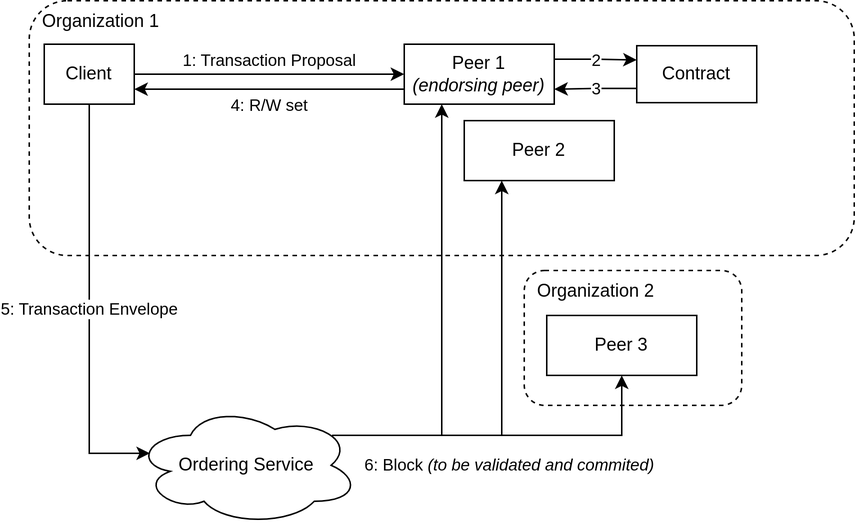
AdamZsofi/hyperledger-java-model keeps this draw.io diagram as doc/img/fabric-arch.png. Above is the earlier version. Source tidied: cells renumbered, new cells last; positions are measured from the earlier drawing's top-left corner, leaving out a move shared by most shapes. Source of this version:
```xml
<mxGraphModel>
  <root>
    <mxCell id="0" />
    <mxCell id="1" parent="0" />
    <mxCell id="2" value="Organization 2" style="rounded=1;whiteSpace=wrap;html=1;fillColor=none;dashed=1;align=left;verticalAlign=top;spacing=2;spacingLeft=7;" parent="1" vertex="1">
      <mxGeometry x="330" y="180" width="145" height="90" as="geometry" />
    </mxCell>
    <mxCell id="3" value="Organization 1" style="rounded=1;whiteSpace=wrap;html=1;fillColor=none;dashed=1;align=left;verticalAlign=top;spacing=2;spacingLeft=7;" parent="1" vertex="1">
      <mxGeometry width="550" height="170" as="geometry" />
    </mxCell>
    <mxCell id="4" style="edgeStyle=orthogonalEdgeStyle;rounded=0;jettySize=auto;html=1;exitX=0.88;exitY=0.25;exitDx=0;exitDy=0;exitPerimeter=0;entryX=0.5;entryY=1;entryDx=0;entryDy=0;" parent="1" edge="1" source="7" target="14">
      <mxGeometry relative="1" as="geometry">
        <Array as="points">
          <mxPoint x="395" y="290" />
        </Array>
      </mxGeometry>
    </mxCell>
    <mxCell id="5" value="6: Block &lt;i&gt;(to be validated and commited)&lt;/i&gt;" style="edgeStyle=orthogonalEdgeStyle;rounded=0;jettySize=auto;html=1;exitX=0.88;exitY=0.25;exitDx=0;exitDy=0;exitPerimeter=0;entryX=0.25;entryY=1;entryDx=0;entryDy=0;" parent="1" edge="1" source="7" target="13">
      <mxGeometry x="-0.2" y="-21" relative="1" as="geometry">
        <mxPoint x="-16" y="20" as="offset" />
      </mxGeometry>
    </mxCell>
    <mxCell id="6" style="edgeStyle=orthogonalEdgeStyle;rounded=0;jettySize=auto;html=1;exitX=0.88;exitY=0.25;exitDx=0;exitDy=0;exitPerimeter=0;entryX=0.25;entryY=1;entryDx=0;entryDy=0;" parent="1" edge="1" source="7" target="12">
      <mxGeometry relative="1" as="geometry" />
    </mxCell>
    <mxCell id="7" value="Ordering Service" style="ellipse;shape=cloud;whiteSpace=wrap;html=1;" parent="1" vertex="1">
      <mxGeometry x="70" y="270" width="150" height="80" as="geometry" />
    </mxCell>
    <mxCell id="8" value="1: Transaction Proposal" style="edgeStyle=orthogonalEdgeStyle;rounded=0;jettySize=auto;html=1;exitX=1;exitY=0.5;exitDx=0;exitDy=0;entryX=0;entryY=0.5;entryDx=0;entryDy=0;" parent="1" edge="1" source="9" target="12">
      <mxGeometry y="9" relative="1" as="geometry" />
    </mxCell>
    <mxCell id="9" value="Client" style="rounded=0;whiteSpace=wrap;html=1;" parent="1" vertex="1">
      <mxGeometry x="10" y="29" width="60" height="40" as="geometry" />
    </mxCell>
    <mxCell id="10" value="2" style="edgeStyle=orthogonalEdgeStyle;rounded=0;jettySize=auto;html=1;exitX=1;exitY=0.25;exitDx=0;exitDy=0;entryX=0;entryY=0.25;entryDx=0;entryDy=0;" parent="1" edge="1" source="12" target="17">
      <mxGeometry relative="1" as="geometry" />
    </mxCell>
    <mxCell id="11" value="4: R/W set" style="edgeStyle=orthogonalEdgeStyle;rounded=0;jettySize=auto;html=1;exitX=0;exitY=0.75;exitDx=0;exitDy=0;entryX=1;entryY=0.75;entryDx=0;entryDy=0;" parent="1" edge="1" source="12" target="9">
      <mxGeometry y="11" relative="1" as="geometry" />
    </mxCell>
    <mxCell id="12" value="Peer 1&lt;br&gt;&lt;i&gt;(endorsing peer)&lt;/i&gt;" style="rounded=0;whiteSpace=wrap;html=1;" parent="1" vertex="1">
      <mxGeometry x="250" y="29" width="100" height="40" as="geometry" />
    </mxCell>
    <mxCell id="13" value="Peer 2" style="rounded=0;whiteSpace=wrap;html=1;" parent="1" vertex="1">
      <mxGeometry x="290" y="80" width="100" height="40" as="geometry" />
    </mxCell>
    <mxCell id="14" value="Peer 3" style="rounded=0;whiteSpace=wrap;html=1;" parent="1" vertex="1">
      <mxGeometry x="345" y="210" width="100" height="40" as="geometry" />
    </mxCell>
    <mxCell id="15" value="5: Transaction Envelope" style="rounded=0;jettySize=auto;html=1;exitX=0.5;exitY=1;exitDx=0;exitDy=0;entryX=0.07;entryY=0.4;entryDx=0;entryDy=0;entryPerimeter=0;edgeStyle=orthogonalEdgeStyle;" parent="1" edge="1" source="9" target="7">
      <mxGeometry relative="1" as="geometry">
        <Array as="points">
          <mxPoint x="40" y="302" />
        </Array>
      </mxGeometry>
    </mxCell>
    <mxCell id="16" value="3" style="edgeStyle=orthogonalEdgeStyle;rounded=0;jettySize=auto;html=1;exitX=0;exitY=0.75;exitDx=0;exitDy=0;entryX=1;entryY=0.75;entryDx=0;entryDy=0;" parent="1" edge="1" source="17" target="12">
      <mxGeometry relative="1" as="geometry" />
    </mxCell>
    <mxCell id="17" value="Contract" style="rounded=0;whiteSpace=wrap;html=1;" parent="1" vertex="1">
      <mxGeometry x="405" y="30" width="80" height="38" as="geometry" />
    </mxCell>
  </root>
</mxGraphModel>
```
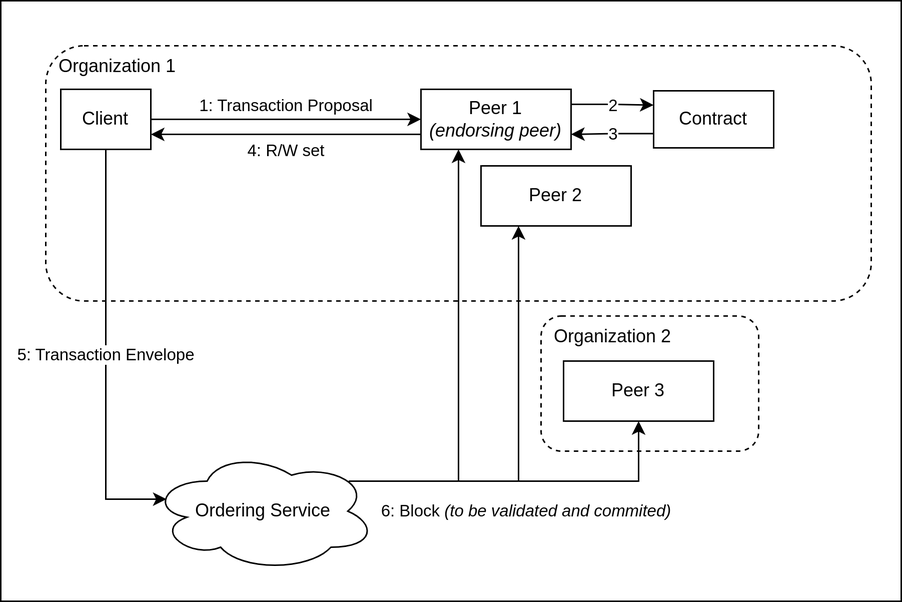
The same file after the commit.

Diff of the diagram source:
```diff
@@ -2,63 +2,66 @@
   <root>
     <mxCell id="0" />
     <mxCell id="1" parent="0" />
-    <mxCell id="2" value="Organization 2" style="rounded=1;whiteSpace=wrap;html=1;fillColor=none;dashed=1;align=left;verticalAlign=top;spacing=2;spacingLeft=7;" parent="1" vertex="1">
-      <mxGeometry x="330" y="180" width="145" height="90" as="geometry" />
+    <mxCell id="2" style="rounded=0;whiteSpace=wrap;html=1;" parent="1" vertex="1">
+      <mxGeometry x="-30" y="-30" width="600" height="400" as="geometry" />
     </mxCell>
-    <mxCell id="3" value="Organization 1" style="rounded=1;whiteSpace=wrap;html=1;fillColor=none;dashed=1;align=left;verticalAlign=top;spacing=2;spacingLeft=7;" parent="1" vertex="1">
-      <mxGeometry width="550" height="170" as="geometry" />
+    <mxCell id="3" value="Organization 2" style="rounded=1;whiteSpace=wrap;html=1;fillColor=none;dashed=1;align=left;verticalAlign=top;spacing=2;spacingLeft=7;" parent="1" vertex="1">
+      <mxGeometry x="330" y="180" width="145" height="90" as="geometry" />
     </mxCell>
-    <mxCell id="4" style="edgeStyle=orthogonalEdgeStyle;rounded=0;jettySize=auto;html=1;exitX=0.88;exitY=0.25;exitDx=0;exitDy=0;exitPerimeter=0;entryX=0.5;entryY=1;entryDx=0;entryDy=0;" parent="1" edge="1" source="7" target="14">
-      <mxGeometry relative="1" as="geometry">
-        <Array as="points">
-          <mxPoint x="395" y="290" />
-        </Array>
-      </mxGeometry>
+    <mxCell id="4" value="Organization 1" style="rounded=1;whiteSpace=wrap;html=1;fillColor=none;dashed=1;align=left;verticalAlign=top;spacing=2;spacingLeft=7;" parent="1" vertex="1">
+      <mxGeometry width="550" height="170" as="geometry" />
     </mxCell>
-    <mxCell id="5" value="6: Block &lt;i&gt;(to be validated and commited)&lt;/i&gt;" style="edgeStyle=orthogonalEdgeStyle;rounded=0;jettySize=auto;html=1;exitX=0.88;exitY=0.25;exitDx=0;exitDy=0;exitPerimeter=0;entryX=0.25;entryY=1;entryDx=0;entryDy=0;" parent="1" edge="1" source="7" target="13">
-      <mxGeometry x="-0.2" y="-21" relative="1" as="geometry">
-        <mxPoint x="-16" y="20" as="offset" />
+    <mxCell id="5" style="edgeStyle=orthogonalEdgeStyle;rounded=0;jettySize=auto;html=1;exitX=0.88;exitY=0.25;exitDx=0;exitDy=0;exitPerimeter=0;entryX=0.5;entryY=1;entryDx=0;entryDy=0;" parent="1" edge="1" source="8" target="15">
+      <mxGeometry relative="1" as="geometry">
+        <Array as="points">
+          <mxPoint x="395" y="290" />
+        </Array>
       </mxGeometry>
     </mxCell>
-    <mxCell id="6" style="edgeStyle=orthogonalEdgeStyle;rounded=0;jettySize=auto;html=1;exitX=0.88;exitY=0.25;exitDx=0;exitDy=0;exitPerimeter=0;entryX=0.25;entryY=1;entryDx=0;entryDy=0;" parent="1" edge="1" source="7" target="12">
-      <mxGeometry relative="1" as="geometry" />
+    <mxCell id="6" value="6: Block &lt;i&gt;(to be validated and commited)&lt;/i&gt;" style="edgeStyle=orthogonalEdgeStyle;rounded=0;jettySize=auto;html=1;exitX=0.88;exitY=0.25;exitDx=0;exitDy=0;exitPerimeter=0;entryX=0.25;entryY=1;entryDx=0;entryDy=0;" parent="1" edge="1" source="8" target="14">
+      <mxGeometry x="-0.2" y="-21" relative="1" as="geometry">
+        <mxPoint x="-16" y="20" as="offset" />
+      </mxGeometry>
     </mxCell>
-    <mxCell id="7" value="Ordering Service" style="ellipse;shape=cloud;whiteSpace=wrap;html=1;" parent="1" vertex="1">
-      <mxGeometry x="70" y="270" width="150" height="80" as="geometry" />
+    <mxCell id="7" style="edgeStyle=orthogonalEdgeStyle;rounded=0;jettySize=auto;html=1;exitX=0.88;exitY=0.25;exitDx=0;exitDy=0;exitPerimeter=0;entryX=0.25;entryY=1;entryDx=0;entryDy=0;" parent="1" edge="1" source="8" target="13">
+      <mxGeometry relative="1" as="geometry" />
     </mxCell>
-    <mxCell id="8" value="1: Transaction Proposal" style="edgeStyle=orthogonalEdgeStyle;rounded=0;jettySize=auto;html=1;exitX=1;exitY=0.5;exitDx=0;exitDy=0;entryX=0;entryY=0.5;entryDx=0;entryDy=0;" parent="1" edge="1" source="9" target="12">
-      <mxGeometry y="9" relative="1" as="geometry" />
+    <mxCell id="8" value="Ordering Service" style="ellipse;shape=cloud;whiteSpace=wrap;html=1;" parent="1" vertex="1">
+      <mxGeometry x="70" y="270" width="150" height="80" as="geometry" />
     </mxCell>
-    <mxCell id="9" value="Client" style="rounded=0;whiteSpace=wrap;html=1;" parent="1" vertex="1">
-      <mxGeometry x="10" y="29" width="60" height="40" as="geometry" />
+    <mxCell id="9" value="1: Transaction Proposal" style="edgeStyle=orthogonalEdgeStyle;rounded=0;jettySize=auto;html=1;exitX=1;exitY=0.5;exitDx=0;exitDy=0;entryX=0;entryY=0.5;entryDx=0;entryDy=0;" parent="1" edge="1" source="10" target="13">
+      <mxGeometry y="9" relative="1" as="geometry" />
     </mxCell>
-    <mxCell id="10" value="2" style="edgeStyle=orthogonalEdgeStyle;rounded=0;jettySize=auto;html=1;exitX=1;exitY=0.25;exitDx=0;exitDy=0;entryX=0;entryY=0.25;entryDx=0;entryDy=0;" parent="1" edge="1" source="12" target="17">
-      <mxGeometry relative="1" as="geometry" />
+    <mxCell id="10" value="Client" style="rounded=0;whiteSpace=wrap;html=1;" parent="1" vertex="1">
+      <mxGeometry x="10" y="29" width="60" height="40" as="geometry" />
     </mxCell>
-    <mxCell id="11" value="4: R/W set" style="edgeStyle=orthogonalEdgeStyle;rounded=0;jettySize=auto;html=1;exitX=0;exitY=0.75;exitDx=0;exitDy=0;entryX=1;entryY=0.75;entryDx=0;entryDy=0;" parent="1" edge="1" source="12" target="9">
-      <mxGeometry y="11" relative="1" as="geometry" />
+    <mxCell id="11" value="2" style="edgeStyle=orthogonalEdgeStyle;rounded=0;jettySize=auto;html=1;exitX=1;exitY=0.25;exitDx=0;exitDy=0;entryX=0;entryY=0.25;entryDx=0;entryDy=0;" parent="1" edge="1" source="13" target="18">
+      <mxGeometry relative="1" as="geometry" />
     </mxCell>
-    <mxCell id="12" value="Peer 1&lt;br&gt;&lt;i&gt;(endorsing peer)&lt;/i&gt;" style="rounded=0;whiteSpace=wrap;html=1;" parent="1" vertex="1">
-      <mxGeometry x="250" y="29" width="100" height="40" as="geometry" />
+    <mxCell id="12" value="4: R/W set" style="edgeStyle=orthogonalEdgeStyle;rounded=0;jettySize=auto;html=1;exitX=0;exitY=0.75;exitDx=0;exitDy=0;entryX=1;entryY=0.75;entryDx=0;entryDy=0;" parent="1" edge="1" source="13" target="10">
+      <mxGeometry y="11" relative="1" as="geometry" />
     </mxCell>
-    <mxCell id="13" value="Peer 2" style="rounded=0;whiteSpace=wrap;html=1;" parent="1" vertex="1">
-      <mxGeometry x="290" y="80" width="100" height="40" as="geometry" />
+    <mxCell id="13" value="Peer 1&lt;br&gt;&lt;i&gt;(endorsing peer)&lt;/i&gt;" style="rounded=0;whiteSpace=wrap;html=1;" parent="1" vertex="1">
+      <mxGeometry x="250" y="29" width="100" height="40" as="geometry" />
     </mxCell>
-    <mxCell id="14" value="Peer 3" style="rounded=0;whiteSpace=wrap;html=1;" parent="1" vertex="1">
-      <mxGeometry x="345" y="210" width="100" height="40" as="geometry" />
+    <mxCell id="14" value="Peer 2" style="rounded=0;whiteSpace=wrap;html=1;" parent="1" vertex="1">
+      <mxGeometry x="290" y="80" width="100" height="40" as="geometry" />
     </mxCell>
-    <mxCell id="15" value="5: Transaction Envelope" style="rounded=0;jettySize=auto;html=1;exitX=0.5;exitY=1;exitDx=0;exitDy=0;entryX=0.07;entryY=0.4;entryDx=0;entryDy=0;entryPerimeter=0;edgeStyle=orthogonalEdgeStyle;" parent="1" edge="1" source="9" target="7">
-      <mxGeometry relative="1" as="geometry">
-        <Array as="points">
-          <mxPoint x="40" y="302" />
-        </Array>
-      </mxGeometry>
+    <mxCell id="15" value="Peer 3" style="rounded=0;whiteSpace=wrap;html=1;" parent="1" vertex="1">
+      <mxGeometry x="345" y="210" width="100" height="40" as="geometry" />
     </mxCell>
-    <mxCell id="16" value="3" style="edgeStyle=orthogonalEdgeStyle;rounded=0;jettySize=auto;html=1;exitX=0;exitY=0.75;exitDx=0;exitDy=0;entryX=1;entryY=0.75;entryDx=0;entryDy=0;" parent="1" edge="1" source="17" target="12">
-      <mxGeometry relative="1" as="geometry" />
+    <mxCell id="16" value="5: Transaction Envelope" style="rounded=0;jettySize=auto;html=1;exitX=0.5;exitY=1;exitDx=0;exitDy=0;entryX=0.07;entryY=0.4;entryDx=0;entryDy=0;entryPerimeter=0;edgeStyle=orthogonalEdgeStyle;" parent="1" edge="1" source="10" target="8">
+      <mxGeometry relative="1" as="geometry">
+        <Array as="points">
+          <mxPoint x="40" y="302" />
+        </Array>
+      </mxGeometry>
     </mxCell>
-    <mxCell id="17" value="Contract" style="rounded=0;whiteSpace=wrap;html=1;" parent="1" vertex="1">
-      <mxGeometry x="405" y="30" width="80" height="38" as="geometry" />
+    <mxCell id="17" value="3" style="edgeStyle=orthogonalEdgeStyle;rounded=0;jettySize=auto;html=1;exitX=0;exitY=0.75;exitDx=0;exitDy=0;entryX=1;entryY=0.75;entryDx=0;entryDy=0;" parent="1" edge="1" source="18" target="13">
+      <mxGeometry relative="1" as="geometry" />
     </mxCell>
+    <mxCell id="18" value="Contract" style="rounded=0;whiteSpace=wrap;html=1;" parent="1" vertex="1">
+      <mxGeometry x="405" y="30" width="80" height="38" as="geometry" />
+    </mxCell>
   </root>
 </mxGraphModel>
```
